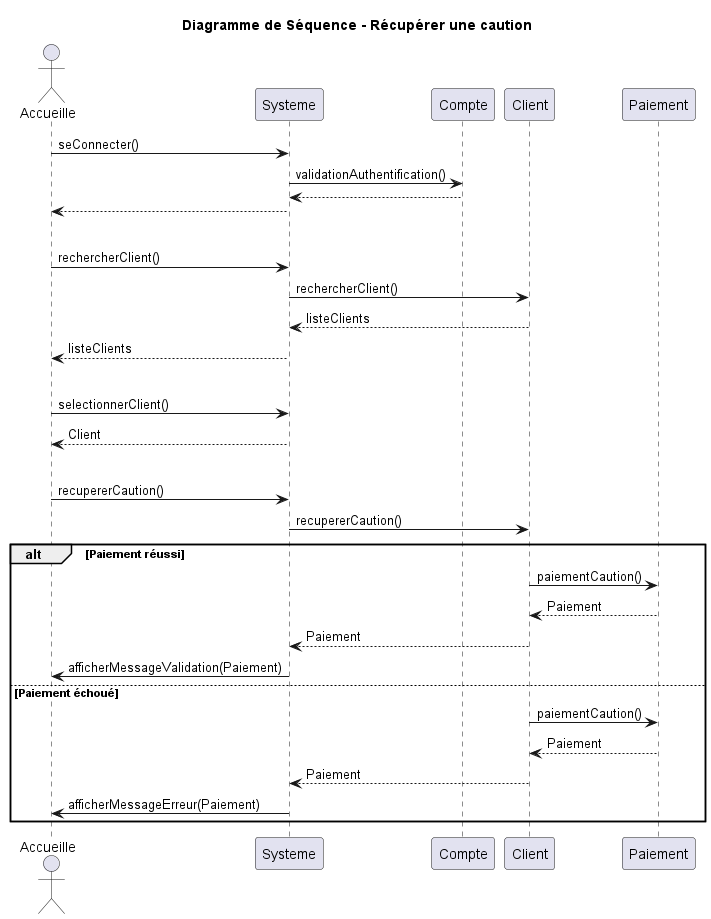
Above: UML/png/Diagramme_sequence_recuperer_caution.png in Egario54/ProjetClubNautique (PlantUML), before the change.
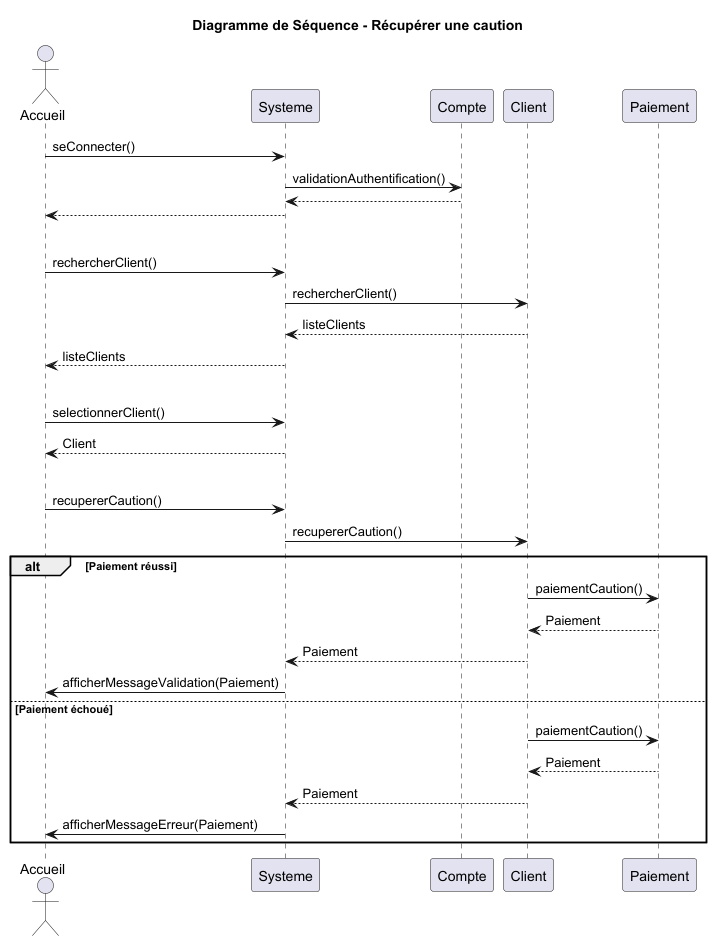
Later version of the same file.

The edit, as a diff of the source:
```diff
@@ -1,44 +1,44 @@
 @startuml
 title Diagramme de Séquence - Récupérer une caution
-actor Accueille
+actor Accueil
 participant Systeme
 participant Compte
 participant Client
 participant Paiement
 
-Accueille -> Systeme: seConnecter()
+Accueil -> Systeme: seConnecter()
 Systeme -> Compte: validationAuthentification()
 return
-Systeme --> Accueille
+Systeme --> Accueil
 
 |||
 
-Accueille -> Systeme: rechercherClient()
+Accueil -> Systeme: rechercherClient()
 Systeme -> Client: rechercherClient()
 return listeClients
-Accueille <-- Systeme: listeClients
+Accueil <-- Systeme: listeClients
 
 
 |||
 
-Accueille -> Systeme: selectionnerClient()
+Accueil -> Systeme: selectionnerClient()
 return Client
 
 |||
 
-Accueille -> Systeme: recupererCaution()
+Accueil -> Systeme: recupererCaution()
 Systeme -> Client: recupererCaution()
 alt Paiement réussi
 Client -> Paiement: paiementCaution()
 return Paiement
 Systeme <-- Client: Paiement
-Accueille <- Systeme: afficherMessageValidation(Paiement)
+Accueil <- Systeme: afficherMessageValidation(Paiement)
 
 else Paiement échoué
 Client -> Paiement: paiementCaution()
 return Paiement
 Systeme <-- Client: Paiement
-Accueille <- Systeme: afficherMessageErreur(Paiement)
+Accueil <- Systeme: afficherMessageErreur(Paiement)
 end
 
 @enduml
```
